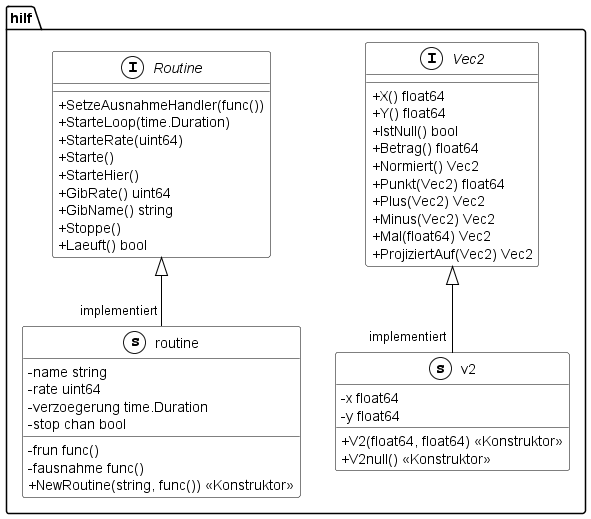
Before: documentation/UML/hilf.png, a diagram exported from PlantUML (Fussbroich/lwb-SWP).
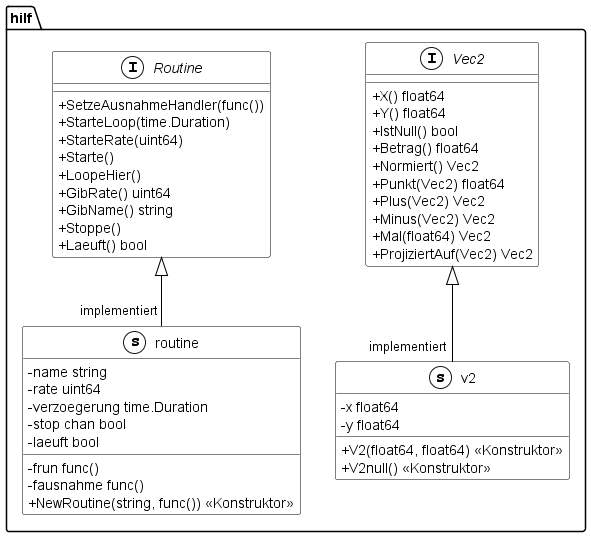
Above is the later version.

What changed in the source:
```diff
@@ -23,7 +23,7 @@
         + StarteLoop(time.Duration)
         + StarteRate(uint64)
         + Starte()
-        + StarteHier()
+        + LoopeHier()
         + GibRate() uint64
         + GibName() string
         + Stoppe()
@@ -37,13 +37,14 @@
         + V2(float64, float64) << Konstruktor >>
         + V2null() << Konstruktor >>
     }
-    class routine << (s,White) >> {
+        class routine << (s,White) >> {
         - name string
         - frun func()
         - fausnahme func()
         - rate uint64
         - verzoegerung time.Duration
         - stop chan bool
+        - laeuft bool
 
         + NewRoutine(string, func()) << Konstruktor >>
     }
```
